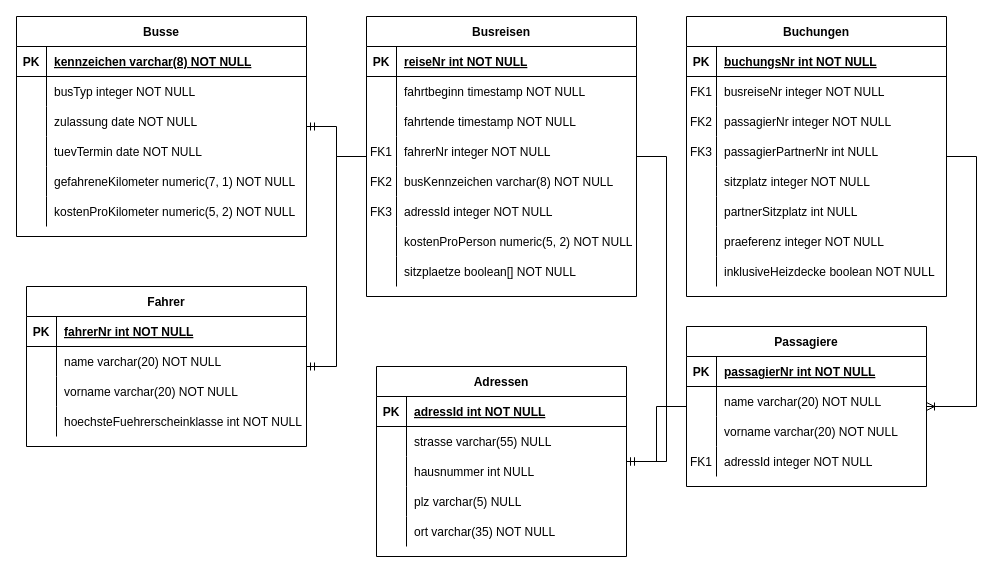
The draw.io diagram ER_Diagramm.drawio in ZichaoIUStudy/Busreisen_OOP2_Referat, before the edit. Source tidied: cells renumbered, new cells numbered last; positions are measured from the earlier drawing's top-left corner, leaving out a move shared by most shapes. Both pictures are drawn from the tidied source at 100%, with x=0, y=0 at pixel (16, 16).
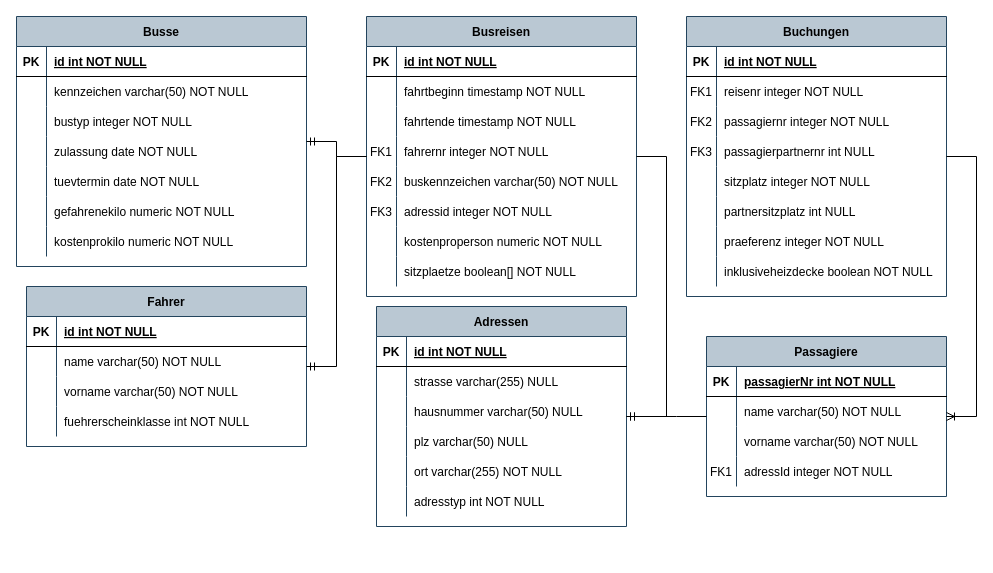
The same diagram, later.

The change refers to these unchanged cells:
```xml
<mxCell id="3" style="shape=partialRectangle;fillColor=none;top=0;left=0;right=0;bottom=1;" parent="2" vertex="1">
  <mxGeometry y="30" width="290" height="30" as="geometry" />
</mxCell>
<mxCell id="22" style="shape=partialRectangle;fillColor=none;top=0;left=0;right=0;bottom=1;" parent="21" vertex="1">
  <mxGeometry y="30" width="280" height="30" as="geometry" />
</mxCell>
<mxCell id="25" style="shape=partialRectangle;fillColor=none;top=0;left=0;right=0;bottom=0;" parent="21" vertex="1">
  <mxGeometry y="60" width="280" height="30" as="geometry" />
</mxCell>
<mxCell id="28" style="shape=partialRectangle;fillColor=none;top=0;left=0;right=0;bottom=0;" parent="21" vertex="1">
  <mxGeometry y="90" width="280" height="30" as="geometry" />
</mxCell>
<mxCell id="31" style="shape=partialRectangle;fillColor=none;top=0;left=0;right=0;bottom=0;" parent="21" vertex="1">
  <mxGeometry y="120" width="280" height="30" as="geometry" />
</mxCell>
<mxCell id="35" style="shape=partialRectangle;fillColor=none;top=0;left=0;right=0;bottom=1;" parent="34" vertex="1">
  <mxGeometry y="30" width="270" height="30" as="geometry" />
</mxCell>
<mxCell id="44" style="shape=partialRectangle;fillColor=none;top=0;left=0;right=0;bottom=0;" parent="34" vertex="1">
  <mxGeometry y="120" width="270" height="30" as="geometry" />
</mxCell>
<mxCell id="47" style="shape=partialRectangle;fillColor=none;top=0;left=0;right=0;bottom=0;" parent="34" vertex="1">
  <mxGeometry y="150" width="270" height="30" as="geometry" />
</mxCell>
<mxCell id="50" style="shape=partialRectangle;fillColor=none;top=0;left=0;right=0;bottom=0;" parent="34" vertex="1">
  <mxGeometry y="180" width="270" height="30" as="geometry" />
</mxCell>
<mxCell id="53" style="shape=partialRectangle;fillColor=none;top=0;left=0;right=0;bottom=0;" parent="34" vertex="1">
  <mxGeometry y="210" width="270" height="30" as="geometry" />
</mxCell>
<mxCell id="60" style="shape=partialRectangle;fillColor=none;top=0;left=0;right=0;bottom=1;" parent="59" vertex="1">
  <mxGeometry y="30" width="260" height="30" as="geometry" />
</mxCell>
<mxCell id="63" style="shape=partialRectangle;fillColor=none;top=0;left=0;right=0;bottom=0;" parent="59" vertex="1">
  <mxGeometry y="60" width="260" height="30" as="geometry" />
</mxCell>
<mxCell id="66" style="shape=partialRectangle;fillColor=none;top=0;left=0;right=0;bottom=0;" parent="59" vertex="1">
  <mxGeometry y="90" width="260" height="30" as="geometry" />
</mxCell>
<mxCell id="69" style="shape=partialRectangle;fillColor=none;top=0;left=0;right=0;bottom=0;" parent="59" vertex="1">
  <mxGeometry y="120" width="260" height="30" as="geometry" />
</mxCell>
<mxCell id="75" style="shape=partialRectangle;fillColor=none;top=0;left=0;right=0;bottom=0;" parent="59" vertex="1">
  <mxGeometry y="180" width="260" height="30" as="geometry" />
</mxCell>
<mxCell id="81" style="shape=partialRectangle;fillColor=none;top=0;left=0;right=0;bottom=0;" parent="59" vertex="1">
  <mxGeometry y="240" width="260" height="30" as="geometry" />
</mxCell>
<mxCell id="85" style="shape=partialRectangle;fillColor=none;top=0;left=0;right=0;bottom=1;" parent="84" vertex="1">
  <mxGeometry y="30" width="250" height="30" as="geometry" />
</mxCell>
<mxCell id="88" style="shape=partialRectangle;fillColor=none;top=0;left=0;right=0;bottom=0;" parent="84" vertex="1">
  <mxGeometry y="60" width="250" height="30" as="geometry" />
</mxCell>
<mxCell id="91" style="shape=partialRectangle;fillColor=none;top=0;left=0;right=0;bottom=0;" parent="84" vertex="1">
  <mxGeometry y="90" width="250" height="30" as="geometry" />
</mxCell>
<mxCell id="94" style="shape=partialRectangle;fillColor=none;top=0;left=0;right=0;bottom=0;" parent="84" vertex="1">
  <mxGeometry y="120" width="250" height="30" as="geometry" />
</mxCell>
<mxCell id="97" style="shape=partialRectangle;fillColor=none;top=0;left=0;right=0;bottom=0;" parent="84" vertex="1">
  <mxGeometry y="150" width="250" height="30" as="geometry" />
</mxCell>
<mxCell id="104" style="shape=partialRectangle;fillColor=none;top=0;left=0;right=0;bottom=0;" parent="100" vertex="1">
  <mxGeometry y="60" width="240" height="30" as="geometry" />
</mxCell>
<mxCell id="107" style="shape=partialRectangle;fillColor=none;top=0;left=0;right=0;bottom=0;" parent="100" vertex="1">
  <mxGeometry y="90" width="240" height="30" as="geometry" />
</mxCell>
```

Diff of the diagram source:
```diff
@@
-    <mxCell id="2" value="Busse" style="shape=table;startSize=30;childLayout=tableLayout;rowLines=0;fontStyle=1;align=center;" parent="1" vertex="1">
-      <mxGeometry width="290" height="220" as="geometry" />
+    <mxCell id="2" value="Busse" style="shape=table;startSize=30;childLayout=tableLayout;rowLines=0;fontStyle=1;align=center;fillColor=#bac8d3;strokeColor=#23445d;" parent="1" vertex="1">
+      <mxGeometry width="290" height="250" as="geometry" />
     </mxCell>
@@
-    <mxCell id="5" value="kennzeichen varchar(8) NOT NULL " style="shape=partialRectangle;overflow=hidden;fillColor=none;top=0;left=0;bottom=0;right=0;align=left;spacingLeft=6;fontStyle=5;" parent="3" vertex="1">
+    <mxCell id="5" value="id int NOT NULL" style="shape=partialRectangle;overflow=hidden;fillColor=none;top=0;left=0;bottom=0;right=0;align=left;spacingLeft=6;fontStyle=5;" parent="3" vertex="1">
       <mxGeometry x="30" width="260" height="30" as="geometry" />
     </mxCell>
+    <mxCell id="118" style="shape=partialRectangle;fillColor=none;top=0;left=0;right=0;bottom=0;" parent="2" vertex="1">
+      <mxGeometry y="60" width="290" height="30" as="geometry" />
+    </mxCell>
+    <mxCell id="119" style="shape=partialRectangle;overflow=hidden;fillColor=none;top=0;left=0;bottom=0;right=0;" parent="118" vertex="1">
+      <mxGeometry width="30" height="30" as="geometry" />
+    </mxCell>
+    <mxCell id="120" value="kennzeichen varchar(50) NOT NULL" style="shape=partialRectangle;overflow=hidden;fillColor=none;top=0;left=0;bottom=0;right=0;align=left;spacingLeft=6;" parent="118" vertex="1">
+      <mxGeometry x="30" width="260" height="30" as="geometry" />
+    </mxCell>
     <mxCell id="6" style="shape=partialRectangle;fillColor=none;top=0;left=0;right=0;bottom=0;" parent="2" vertex="1">
-      <mxGeometry y="60" width="290" height="30" as="geometry" />
+      <mxGeometry y="90" width="290" height="30" as="geometry" />
     </mxCell>
@@
-    <mxCell id="8" value="busTyp integer NOT NULL" style="shape=partialRectangle;overflow=hidden;fillColor=none;top=0;left=0;bottom=0;right=0;align=left;spacingLeft=6;" parent="6" vertex="1">
+    <mxCell id="8" value="bustyp integer NOT NULL" style="shape=partialRectangle;overflow=hidden;fillColor=none;top=0;left=0;bottom=0;right=0;align=left;spacingLeft=6;" parent="6" vertex="1">
       <mxGeometry x="30" width="260" height="30" as="geometry" />
     </mxCell>
     <mxCell id="9" style="shape=partialRectangle;fillColor=none;top=0;left=0;right=0;bottom=0;" parent="2" vertex="1">
-      <mxGeometry y="90" width="290" height="30" as="geometry" />
+      <mxGeometry y="120" width="290" height="30" as="geometry" />
     </mxCell>
@@
     <mxCell id="12" style="shape=partialRectangle;fillColor=none;top=0;left=0;right=0;bottom=0;" parent="2" vertex="1">
-      <mxGeometry y="120" width="290" height="30" as="geometry" />
+      <mxGeometry y="150" width="290" height="30" as="geometry" />
     </mxCell>
@@
-    <mxCell id="14" value="tuevTermin date NOT NULL" style="shape=partialRectangle;overflow=hidden;fillColor=none;top=0;left=0;bottom=0;right=0;align=left;spacingLeft=6;" parent="12" vertex="1">
+    <mxCell id="14" value="tuevtermin date NOT NULL" style="shape=partialRectangle;overflow=hidden;fillColor=none;top=0;left=0;bottom=0;right=0;align=left;spacingLeft=6;" parent="12" vertex="1">
       <mxGeometry x="30" width="260" height="30" as="geometry" />
     </mxCell>
     <mxCell id="15" style="shape=partialRectangle;fillColor=none;top=0;left=0;right=0;bottom=0;" parent="2" vertex="1">
-      <mxGeometry y="150" width="290" height="30" as="geometry" />
+      <mxGeometry y="180" width="290" height="30" as="geometry" />
     </mxCell>
@@
-    <mxCell id="17" value="gefahreneKilometer numeric(7, 1) NOT NULL" style="shape=partialRectangle;overflow=hidden;fillColor=none;top=0;left=0;bottom=0;right=0;align=left;spacingLeft=6;" parent="15" vertex="1">
+    <mxCell id="17" value="gefahrenekilo numeric NOT NULL" style="shape=partialRectangle;overflow=hidden;fillColor=none;top=0;left=0;bottom=0;right=0;align=left;spacingLeft=6;" parent="15" vertex="1">
       <mxGeometry x="30" width="260" height="30" as="geometry" />
     </mxCell>
     <mxCell id="18" style="shape=partialRectangle;fillColor=none;top=0;left=0;right=0;bottom=0;" parent="2" vertex="1">
-      <mxGeometry y="180" width="290" height="30" as="geometry" />
+      <mxGeometry y="210" width="290" height="30" as="geometry" />
     </mxCell>
@@
-    <mxCell id="20" value="kostenProKilometer numeric(5, 2) NOT NULL" style="shape=partialRectangle;overflow=hidden;fillColor=none;top=0;left=0;bottom=0;right=0;align=left;spacingLeft=6;" parent="18" vertex="1">
+    <mxCell id="20" value="kostenprokilo numeric NOT NULL" style="shape=partialRectangle;overflow=hidden;fillColor=none;top=0;left=0;bottom=0;right=0;align=left;spacingLeft=6;" parent="18" vertex="1">
       <mxGeometry x="30" width="260" height="30" as="geometry" />
     </mxCell>
-    <mxCell id="21" value="Fahrer" style="shape=table;startSize=30;childLayout=tableLayout;rowLines=0;fontStyle=1;align=center;" parent="1" vertex="1">
+    <mxCell id="21" value="Fahrer" style="shape=table;startSize=30;childLayout=tableLayout;rowLines=0;fontStyle=1;align=center;fillColor=#bac8d3;strokeColor=#23445d;" parent="1" vertex="1">
       <mxGeometry x="10" y="270" width="280" height="160" as="geometry" />
     </mxCell>
@@
-    <mxCell id="24" value="fahrerNr int NOT NULL " style="shape=partialRectangle;overflow=hidden;fillColor=none;top=0;left=0;bottom=0;right=0;align=left;spacingLeft=6;fontStyle=5;" parent="22" vertex="1">
+    <mxCell id="24" value="id int NOT NULL " style="shape=partialRectangle;overflow=hidden;fillColor=none;top=0;left=0;bottom=0;right=0;align=left;spacingLeft=6;fontStyle=5;" parent="22" vertex="1">
       <mxGeometry x="30" width="250" height="30" as="geometry" />
     </mxCell>
@@
-    <mxCell id="27" value="name varchar(20) NOT NULL" style="shape=partialRectangle;overflow=hidden;fillColor=none;top=0;left=0;bottom=0;right=0;align=left;spacingLeft=6;" parent="25" vertex="1">
+    <mxCell id="27" value="name varchar(50) NOT NULL" style="shape=partialRectangle;overflow=hidden;fillColor=none;top=0;left=0;bottom=0;right=0;align=left;spacingLeft=6;" parent="25" vertex="1">
       <mxGeometry x="30" width="250" height="30" as="geometry" />
     </mxCell>
@@
-    <mxCell id="30" value="vorname varchar(20) NOT NULL" style="shape=partialRectangle;overflow=hidden;fillColor=none;top=0;left=0;bottom=0;right=0;align=left;spacingLeft=6;" parent="28" vertex="1">
+    <mxCell id="30" value="vorname varchar(50) NOT NULL" style="shape=partialRectangle;overflow=hidden;fillColor=none;top=0;left=0;bottom=0;right=0;align=left;spacingLeft=6;" parent="28" vertex="1">
       <mxGeometry x="30" width="250" height="30" as="geometry" />
     </mxCell>
@@
-    <mxCell id="33" value="hoechsteFuehrerscheinklasse int NOT NULL" style="shape=partialRectangle;overflow=hidden;fillColor=none;top=0;left=0;bottom=0;right=0;align=left;spacingLeft=6;" parent="31" vertex="1">
+    <mxCell id="33" value="fuehrerscheinklasse int NOT NULL" style="shape=partialRectangle;overflow=hidden;fillColor=none;top=0;left=0;bottom=0;right=0;align=left;spacingLeft=6;" parent="31" vertex="1">
       <mxGeometry x="30" width="250" height="30" as="geometry" />
     </mxCell>
-    <mxCell id="34" value="Busreisen" style="shape=table;startSize=30;childLayout=tableLayout;rowLines=0;fontStyle=1;align=center;" parent="1" vertex="1">
+    <mxCell id="34" value="Busreisen" style="shape=table;startSize=30;childLayout=tableLayout;rowLines=0;fontStyle=1;align=center;fillColor=#bac8d3;strokeColor=#23445d;" parent="1" vertex="1">
       <mxGeometry x="350" width="270" height="280" as="geometry" />
     </mxCell>
@@
-    <mxCell id="37" value="reiseNr int NOT NULL " style="shape=partialRectangle;overflow=hidden;fillColor=none;top=0;left=0;bottom=0;right=0;align=left;spacingLeft=6;fontStyle=5;" parent="35" vertex="1">
+    <mxCell id="37" value="id int NOT NULL " style="shape=partialRectangle;overflow=hidden;fillColor=none;top=0;left=0;bottom=0;right=0;align=left;spacingLeft=6;fontStyle=5;" parent="35" vertex="1">
       <mxGeometry x="30" width="240" height="30" as="geometry" />
     </mxCell>
@@
-    <mxCell id="46" value="fahrerNr integer NOT NULL" style="shape=partialRectangle;overflow=hidden;fillColor=none;top=0;left=0;bottom=0;right=0;align=left;spacingLeft=6;" parent="44" vertex="1">
+    <mxCell id="46" value="fahrernr integer NOT NULL" style="shape=partialRectangle;overflow=hidden;fillColor=none;top=0;left=0;bottom=0;right=0;align=left;spacingLeft=6;" parent="44" vertex="1">
       <mxGeometry x="30" width="240" height="30" as="geometry" />
     </mxCell>
@@
-    <mxCell id="49" value="busKennzeichen varchar(8) NOT NULL" style="shape=partialRectangle;overflow=hidden;fillColor=none;top=0;left=0;bottom=0;right=0;align=left;spacingLeft=6;" parent="47" vertex="1">
+    <mxCell id="49" value="buskennzeichen varchar(50) NOT NULL" style="shape=partialRectangle;overflow=hidden;fillColor=none;top=0;left=0;bottom=0;right=0;align=left;spacingLeft=6;" parent="47" vertex="1">
       <mxGeometry x="30" width="240" height="30" as="geometry" />
     </mxCell>
@@
-    <mxCell id="52" value="adressId integer NOT NULL" style="shape=partialRectangle;overflow=hidden;fillColor=none;top=0;left=0;bottom=0;right=0;align=left;spacingLeft=6;" parent="50" vertex="1">
+    <mxCell id="52" value="adressid integer NOT NULL" style="shape=partialRectangle;overflow=hidden;fillColor=none;top=0;left=0;bottom=0;right=0;align=left;spacingLeft=6;" parent="50" vertex="1">
       <mxGeometry x="30" width="240" height="30" as="geometry" />
     </mxCell>
@@
-    <mxCell id="55" value="kostenProPerson numeric(5, 2) NOT NULL" style="shape=partialRectangle;overflow=hidden;fillColor=none;top=0;left=0;bottom=0;right=0;align=left;spacingLeft=6;" parent="53" vertex="1">
+    <mxCell id="55" value="kostenproperson numeric NOT NULL" style="shape=partialRectangle;overflow=hidden;fillColor=none;top=0;left=0;bottom=0;right=0;align=left;spacingLeft=6;" parent="53" vertex="1">
       <mxGeometry x="30" width="240" height="30" as="geometry" />
     </mxCell>
@@
-    <mxCell id="59" value="Buchungen" style="shape=table;startSize=30;childLayout=tableLayout;rowLines=0;fontStyle=1;align=center;" parent="1" vertex="1">
+    <mxCell id="59" value="Buchungen" style="shape=table;startSize=30;childLayout=tableLayout;rowLines=0;fontStyle=1;align=center;fillColor=#bac8d3;strokeColor=#23445d;" parent="1" vertex="1">
       <mxGeometry x="670" width="260" height="280" as="geometry" />
     </mxCell>
@@
-    <mxCell id="62" value="buchungsNr int NOT NULL " style="shape=partialRectangle;overflow=hidden;fillColor=none;top=0;left=0;bottom=0;right=0;align=left;spacingLeft=6;fontStyle=5;" parent="60" vertex="1">
+    <mxCell id="62" value="id int NOT NULL " style="shape=partialRectangle;overflow=hidden;fillColor=none;top=0;left=0;bottom=0;right=0;align=left;spacingLeft=6;fontStyle=5;" parent="60" vertex="1">
       <mxGeometry x="30" width="230" height="30" as="geometry" />
     </mxCell>
@@
-    <mxCell id="65" value="busreiseNr integer NOT NULL" style="shape=partialRectangle;overflow=hidden;fillColor=none;top=0;left=0;bottom=0;right=0;align=left;spacingLeft=6;" parent="63" vertex="1">
+    <mxCell id="65" value="reisenr integer NOT NULL" style="shape=partialRectangle;overflow=hidden;fillColor=none;top=0;left=0;bottom=0;right=0;align=left;spacingLeft=6;" parent="63" vertex="1">
       <mxGeometry x="30" width="230" height="30" as="geometry" />
     </mxCell>
@@
-    <mxCell id="68" value="passagierNr integer NOT NULL" style="shape=partialRectangle;overflow=hidden;fillColor=none;top=0;left=0;bottom=0;right=0;align=left;spacingLeft=6;" parent="66" vertex="1">
+    <mxCell id="68" value="passagiernr integer NOT NULL" style="shape=partialRectangle;overflow=hidden;fillColor=none;top=0;left=0;bottom=0;right=0;align=left;spacingLeft=6;" parent="66" vertex="1">
       <mxGeometry x="30" width="230" height="30" as="geometry" />
     </mxCell>
@@
-    <mxCell id="71" value="passagierPartnerNr int NULL" style="shape=partialRectangle;overflow=hidden;fillColor=none;top=0;left=0;bottom=0;right=0;align=left;spacingLeft=6;" parent="69" vertex="1">
+    <mxCell id="71" value="passagierpartnernr int NULL" style="shape=partialRectangle;overflow=hidden;fillColor=none;top=0;left=0;bottom=0;right=0;align=left;spacingLeft=6;" parent="69" vertex="1">
       <mxGeometry x="30" width="230" height="30" as="geometry" />
     </mxCell>
@@
-    <mxCell id="77" value="partnerSitzplatz int NULL" style="shape=partialRectangle;overflow=hidden;fillColor=none;top=0;left=0;bottom=0;right=0;align=left;spacingLeft=6;" parent="75" vertex="1">
+    <mxCell id="77" value="partnersitzplatz int NULL" style="shape=partialRectangle;overflow=hidden;fillColor=none;top=0;left=0;bottom=0;right=0;align=left;spacingLeft=6;" parent="75" vertex="1">
       <mxGeometry x="30" width="230" height="30" as="geometry" />
     </mxCell>
@@
-    <mxCell id="83" value="inklusiveHeizdecke boolean NOT NULL" style="shape=partialRectangle;overflow=hidden;fillColor=none;top=0;left=0;bottom=0;right=0;align=left;spacingLeft=6;" parent="81" vertex="1">
+    <mxCell id="83" value="inklusiveheizdecke boolean NOT NULL" style="shape=partialRectangle;overflow=hidden;fillColor=none;top=0;left=0;bottom=0;right=0;align=left;spacingLeft=6;" parent="81" vertex="1">
       <mxGeometry x="30" width="230" height="30" as="geometry" />
     </mxCell>
-    <mxCell id="84" value="Adressen" style="shape=table;startSize=30;childLayout=tableLayout;rowLines=0;fontStyle=1;align=center;" parent="1" vertex="1">
-      <mxGeometry x="360" y="350" width="250" height="190" as="geometry" />
+    <mxCell id="84" value="Adressen" style="shape=table;startSize=30;childLayout=tableLayout;rowLines=0;fontStyle=1;align=center;fillColor=#bac8d3;strokeColor=#23445d;" parent="1" vertex="1">
+      <mxGeometry x="360" y="290" width="250" height="220" as="geometry" />
     </mxCell>
@@
-    <mxCell id="87" value="adressId int NOT NULL " style="shape=partialRectangle;overflow=hidden;fillColor=none;top=0;left=0;bottom=0;right=0;align=left;spacingLeft=6;fontStyle=5;" parent="85" vertex="1">
+    <mxCell id="87" value="id int NOT NULL " style="shape=partialRectangle;overflow=hidden;fillColor=none;top=0;left=0;bottom=0;right=0;align=left;spacingLeft=6;fontStyle=5;" parent="85" vertex="1">
       <mxGeometry x="30" width="220" height="30" as="geometry" />
     </mxCell>
@@
-    <mxCell id="90" value="strasse varchar(55) NULL" style="shape=partialRectangle;overflow=hidden;fillColor=none;top=0;left=0;bottom=0;right=0;align=left;spacingLeft=6;" parent="88" vertex="1">
+    <mxCell id="90" value="strasse varchar(255) NULL" style="shape=partialRectangle;overflow=hidden;fillColor=none;top=0;left=0;bottom=0;right=0;align=left;spacingLeft=6;" parent="88" vertex="1">
       <mxGeometry x="30" width="220" height="30" as="geometry" />
     </mxCell>
@@
-    <mxCell id="93" value="hausnummer int NULL" style="shape=partialRectangle;overflow=hidden;fillColor=none;top=0;left=0;bottom=0;right=0;align=left;spacingLeft=6;" parent="91" vertex="1">
+    <mxCell id="93" value="hausnummer varchar(50) NULL" style="shape=partialRectangle;overflow=hidden;fillColor=none;top=0;left=0;bottom=0;right=0;align=left;spacingLeft=6;" parent="91" vertex="1">
       <mxGeometry x="30" width="220" height="30" as="geometry" />
     </mxCell>
@@
-    <mxCell id="96" value="plz varchar(5) NULL" style="shape=partialRectangle;overflow=hidden;fillColor=none;top=0;left=0;bottom=0;right=0;align=left;spacingLeft=6;" parent="94" vertex="1">
+    <mxCell id="96" value="plz varchar(50) NULL" style="shape=partialRectangle;overflow=hidden;fillColor=none;top=0;left=0;bottom=0;right=0;align=left;spacingLeft=6;" parent="94" vertex="1">
       <mxGeometry x="30" width="220" height="30" as="geometry" />
     </mxCell>
@@
-    <mxCell id="99" value="ort varchar(35) NOT NULL" style="shape=partialRectangle;overflow=hidden;fillColor=none;top=0;left=0;bottom=0;right=0;align=left;spacingLeft=6;" parent="97" vertex="1">
+    <mxCell id="99" value="ort varchar(255) NOT NULL" style="shape=partialRectangle;overflow=hidden;fillColor=none;top=0;left=0;bottom=0;right=0;align=left;spacingLeft=6;" parent="97" vertex="1">
       <mxGeometry x="30" width="220" height="30" as="geometry" />
     </mxCell>
+    <mxCell id="121" style="shape=partialRectangle;fillColor=none;top=0;left=0;right=0;bottom=0;" parent="84" vertex="1">
+      <mxGeometry y="180" width="250" height="30" as="geometry" />
+    </mxCell>
+    <mxCell id="122" style="shape=partialRectangle;overflow=hidden;fillColor=none;top=0;left=0;bottom=0;right=0;" parent="121" vertex="1">
+      <mxGeometry width="30" height="30" as="geometry" />
+    </mxCell>
+    <mxCell id="123" value="adresstyp int NOT NULL" style="shape=partialRectangle;overflow=hidden;fillColor=none;top=0;left=0;bottom=0;right=0;align=left;spacingLeft=6;" parent="121" vertex="1">
+      <mxGeometry x="30" width="220" height="30" as="geometry" />
+    </mxCell>
-    <mxCell id="100" value="Passagiere" style="shape=table;startSize=30;childLayout=tableLayout;rowLines=0;fontStyle=1;align=center;" parent="1" vertex="1">
-      <mxGeometry x="670" y="310" width="240" height="160" as="geometry" />
+    <mxCell id="100" value="Passagiere" style="shape=table;startSize=30;childLayout=tableLayout;rowLines=0;fontStyle=1;align=center;fillColor=#bac8d3;strokeColor=#23445d;" parent="1" vertex="1">
+      <mxGeometry x="690" y="320" width="240" height="160" as="geometry" />
     </mxCell>
@@
-    <mxCell id="106" value="name varchar(20) NOT NULL" style="shape=partialRectangle;overflow=hidden;fillColor=none;top=0;left=0;bottom=0;right=0;align=left;spacingLeft=6;" parent="104" vertex="1">
+    <mxCell id="106" value="name varchar(50) NOT NULL" style="shape=partialRectangle;overflow=hidden;fillColor=none;top=0;left=0;bottom=0;right=0;align=left;spacingLeft=6;" parent="104" vertex="1">
       <mxGeometry x="30" width="210" height="30" as="geometry" />
     </mxCell>
@@
-    <mxCell id="109" value="vorname varchar(20) NOT NULL" style="shape=partialRectangle;overflow=hidden;fillColor=none;top=0;left=0;bottom=0;right=0;align=left;spacingLeft=6;" parent="107" vertex="1">
+    <mxCell id="109" value="vorname varchar(50) NOT NULL" style="shape=partialRectangle;overflow=hidden;fillColor=none;top=0;left=0;bottom=0;right=0;align=left;spacingLeft=6;" parent="107" vertex="1">
       <mxGeometry x="30" width="210" height="30" as="geometry" />
     </mxCell>
```
